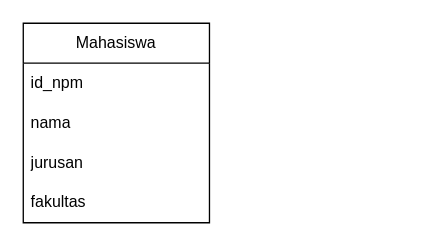
The draw.io diagram SDB2_Pert1.drawio in Xnaizer/Xnaizer, before the edit. Source tidied: cells renumbered, new cells numbered last; positions are measured from the earlier drawing's top-left corner, leaving out a move shared by most shapes. Both pictures are drawn from the tidied source at 133%, with x=0, y=0 at pixel (23, 23).
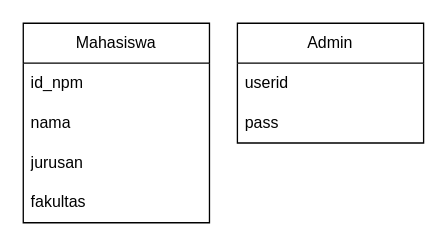
The same diagram, later.

Change to the diagram source:
```diff
@@
 <mxGraphModel>
   <root>
     <mxCell id="0" />
     <mxCell id="1" parent="0" />
     <mxCell id="2" value="Mahasiswa" style="swimlane;fontStyle=0;horizontal=1;startSize=30;whiteSpace=wrap;html=1;" parent="1" vertex="1">
       <mxGeometry width="140" height="150" as="geometry" />
     </mxCell>
     <mxCell id="3" value="id_npm" style="text;strokeColor=none;fillColor=none;align=left;verticalAlign=middle;spacingLeft=4;spacingRight=4;overflow=hidden;whiteSpace=wrap;html=1;" parent="2" vertex="1">
       <mxGeometry y="30" width="140" height="30" as="geometry" />
     </mxCell>
     <mxCell id="4" value="nama" style="text;strokeColor=none;fillColor=none;align=left;verticalAlign=middle;spacingLeft=4;spacingRight=4;overflow=hidden;whiteSpace=wrap;html=1;" parent="2" vertex="1">
       <mxGeometry y="60" width="140" height="30" as="geometry" />
     </mxCell>
     <mxCell id="5" value="jurusan" style="text;strokeColor=none;fillColor=none;align=left;verticalAlign=middle;spacingLeft=4;spacingRight=4;overflow=hidden;whiteSpace=wrap;html=1;" parent="2" vertex="1">
       <mxGeometry y="90" width="140" height="30" as="geometry" />
     </mxCell>
     <mxCell id="6" value="fakultas" style="text;strokeColor=none;fillColor=none;align=left;verticalAlign=middle;spacingLeft=4;spacingRight=4;overflow=hidden;whiteSpace=wrap;html=1;" parent="2" vertex="1">
       <mxGeometry y="120" width="140" height="30" as="geometry" />
     </mxCell>
+    <mxCell id="7" value="Admin" style="swimlane;fontStyle=0;horizontal=1;startSize=30;whiteSpace=wrap;html=1;" parent="1" vertex="1">
+      <mxGeometry x="161" width="140" height="90" as="geometry" />
+    </mxCell>
+    <mxCell id="8" value="userid" style="text;strokeColor=none;fillColor=none;align=left;verticalAlign=middle;spacingLeft=4;spacingRight=4;overflow=hidden;whiteSpace=wrap;html=1;" parent="7" vertex="1">
+      <mxGeometry y="30" width="140" height="30" as="geometry" />
+    </mxCell>
+    <mxCell id="9" value="pass" style="text;strokeColor=none;fillColor=none;align=left;verticalAlign=middle;spacingLeft=4;spacingRight=4;overflow=hidden;whiteSpace=wrap;html=1;" parent="7" vertex="1">
+      <mxGeometry y="60" width="140" height="30" as="geometry" />
+    </mxCell>
   </root>
 </mxGraphModel>
```
